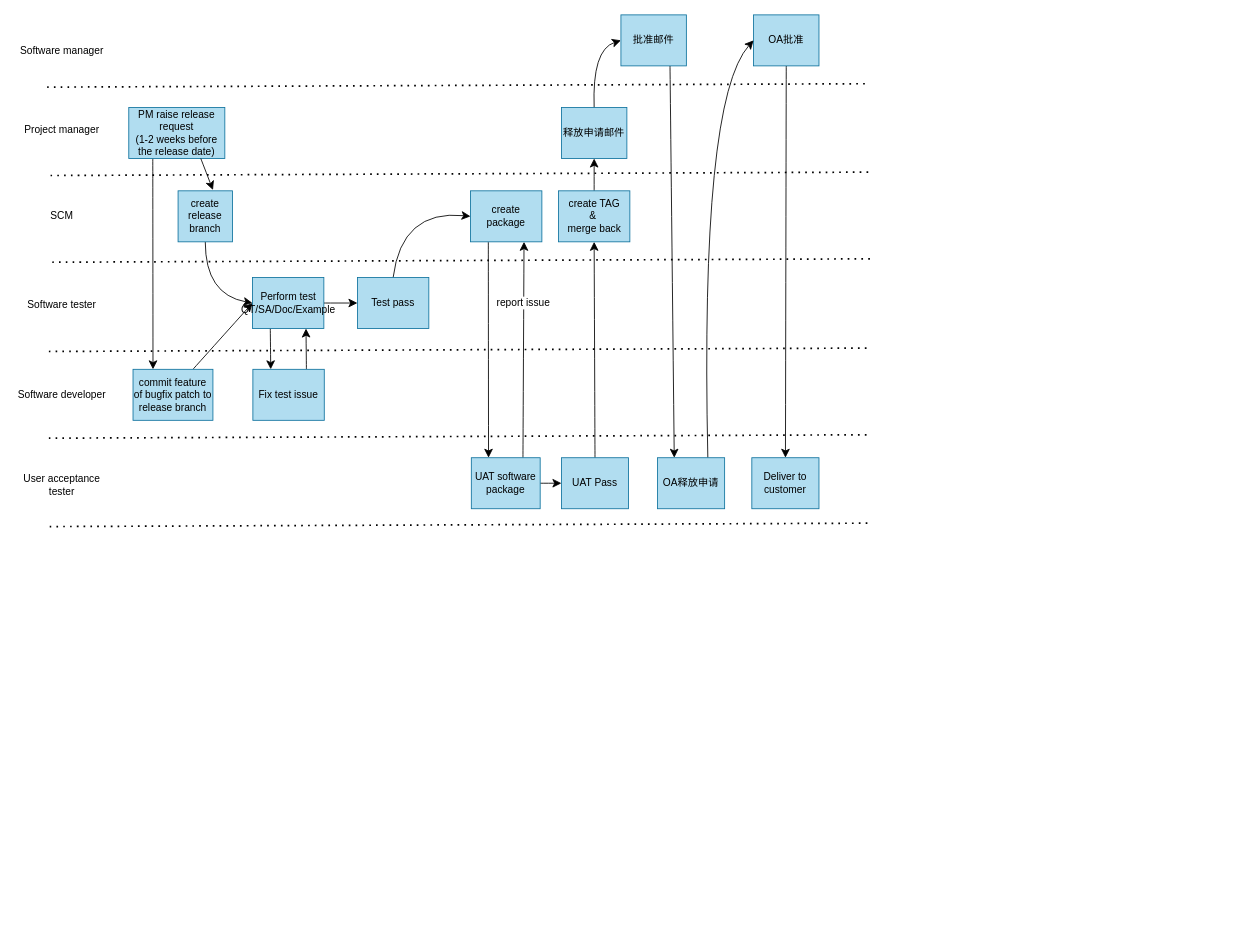
This is page "Page-1" (1 of 3) of Untitled Diagram.drawio from salfe/VSC-Plugin, a draw.io file, before an edit. Source tidied: cells renumbered, new cells numbered last; positions are measured from the earlier drawing's top-left corner, leaving out a move shared by most shapes. Both pictures are drawn from the tidied source at 85%, with x=0, y=0 at pixel (14, 14).
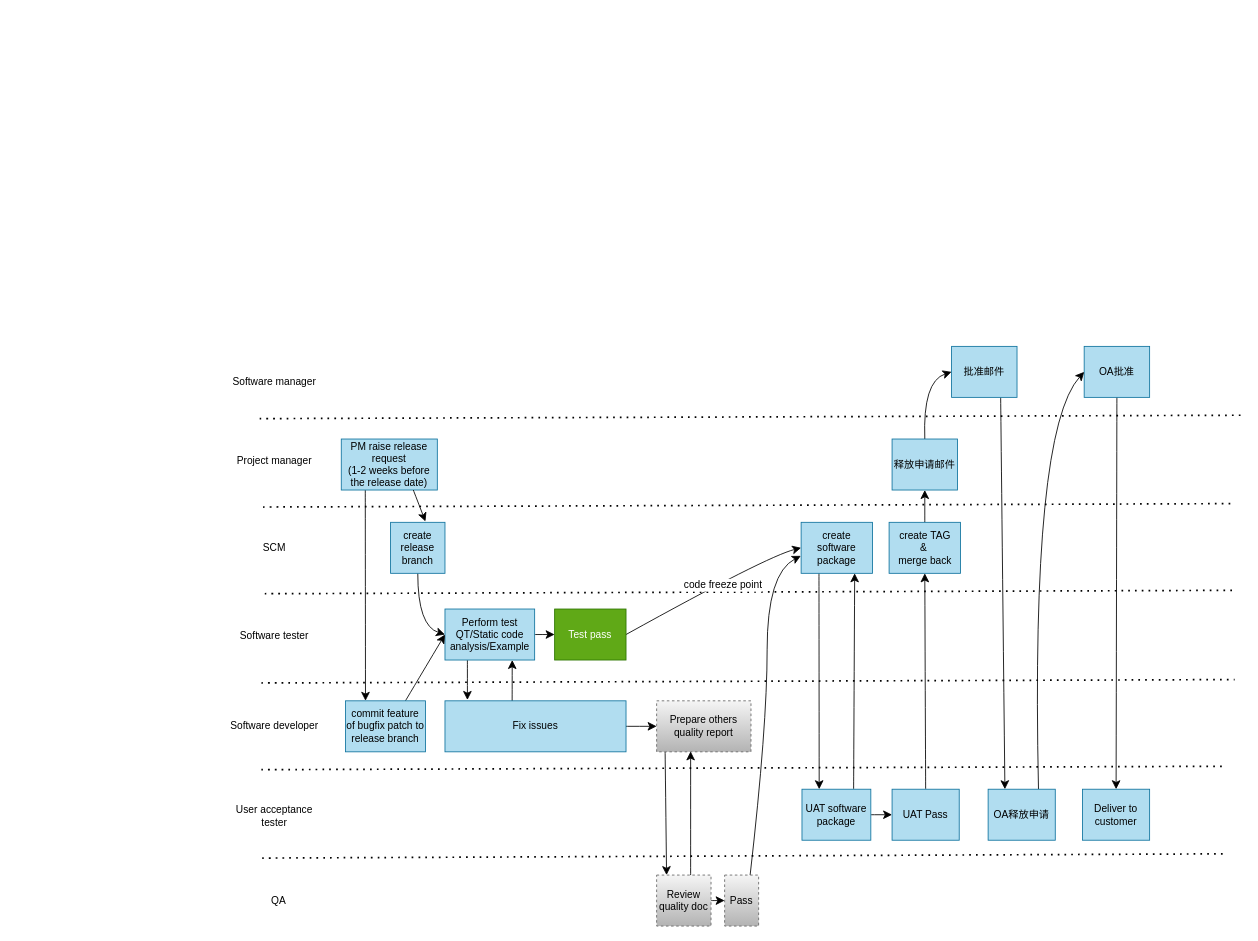
Above is the later version.

Change to the diagram source:
```diff
@@
     <mxCell id="3" value="批准邮件" style="rounded=0;whiteSpace=wrap;html=1;fillColor=#b1ddf0;strokeColor=#10739e;" parent="1" vertex="1">
-      <mxGeometry x="713" width="77" height="60" as="geometry" />
+      <mxGeometry x="1102" y="390" width="77" height="60" as="geometry" />
     </mxCell>
-    <mxCell id="4" style="endArrow=none;dashed=1;html=1;dashPattern=1 3;strokeWidth=2;rounded=0;fontSize=12;startSize=8;endSize=8;curved=1;" parent="1" edge="1">
-      <mxGeometry relative="1" as="geometry">
-        <mxPoint x="38" y="85" as="sourcePoint" />
-        <mxPoint x="1002" y="81" as="targetPoint" />
-      </mxGeometry>
-    </mxCell>
+    <mxCell id="47" style="endArrow=none;dashed=1;html=1;dashPattern=1 3;strokeWidth=2;rounded=0;fontSize=12;startSize=8;endSize=8;curved=1;" parent="1" edge="1">
+      <mxGeometry relative="1" as="geometry">
+        <mxPoint x="288" y="475" as="sourcePoint" />
+        <mxPoint x="1445" y="471" as="targetPoint" />
+      </mxGeometry>
+    </mxCell>
@@
     <mxCell id="6" value="&lt;div&gt;PM raise release request&lt;/div&gt;&lt;div&gt;(1-2 weeks before the release date)&lt;/div&gt;" style="rounded=0;whiteSpace=wrap;html=1;fillColor=#b1ddf0;strokeColor=#10739e;" parent="1" vertex="1">
-      <mxGeometry x="134" y="109" width="113" height="60" as="geometry" />
+      <mxGeometry x="384" y="499" width="113" height="60" as="geometry" />
     </mxCell>
-    <mxCell id="7" style="endArrow=none;dashed=1;html=1;dashPattern=1 3;strokeWidth=2;rounded=0;fontSize=12;startSize=8;endSize=8;curved=1;" parent="1" edge="1">
-      <mxGeometry relative="1" as="geometry">
-        <mxPoint x="42" y="189" as="sourcePoint" />
-        <mxPoint x="1006" y="185" as="targetPoint" />
-      </mxGeometry>
-    </mxCell>
-    <mxCell id="8" style="edgeStyle=none;curved=1;rounded=0;jettySize=auto;html=1;exitX=0.5;exitY=1;exitDx=0;exitDy=0;entryX=0;entryY=0.5;entryDx=0;entryDy=0;fontSize=12;startSize=8;endSize=8;" parent="1" edge="1" source="9" target="13">
-      <mxGeometry relative="1" as="geometry">
-        <Array as="points">
-          <mxPoint x="224" y="329" />
-        </Array>
-      </mxGeometry>
-    </mxCell>
+    <mxCell id="48" style="endArrow=none;dashed=1;html=1;dashPattern=1 3;strokeWidth=2;rounded=0;fontSize=12;startSize=8;endSize=8;curved=1;" parent="1" edge="1">
+      <mxGeometry relative="1" as="geometry">
+        <mxPoint x="292" y="579" as="sourcePoint" />
+        <mxPoint x="1435" y="575" as="targetPoint" />
+      </mxGeometry>
+    </mxCell>
+    <mxCell id="49" style="edgeStyle=none;curved=1;rounded=0;jettySize=auto;html=1;exitX=0.5;exitY=1;exitDx=0;exitDy=0;entryX=0;entryY=0.5;entryDx=0;entryDy=0;fontSize=12;startSize=8;endSize=8;" parent="1" edge="1" source="9" target="53">
+      <mxGeometry relative="1" as="geometry">
+        <Array as="points">
+          <mxPoint x="474" y="719" />
+        </Array>
+      </mxGeometry>
+    </mxCell>
     <mxCell id="9" value="create release branch" style="rounded=0;whiteSpace=wrap;html=1;fillColor=#b1ddf0;strokeColor=#10739e;" parent="1" vertex="1">
-      <mxGeometry x="192" y="207" width="64" height="60" as="geometry" />
+      <mxGeometry x="442" y="597" width="64" height="60" as="geometry" />
     </mxCell>
-    <mxCell id="10" style="endArrow=none;dashed=1;html=1;dashPattern=1 3;strokeWidth=2;rounded=0;fontSize=12;startSize=8;endSize=8;curved=1;" parent="1" edge="1">
-      <mxGeometry relative="1" as="geometry">
-        <mxPoint x="44" y="291" as="sourcePoint" />
-        <mxPoint x="1008" y="287" as="targetPoint" />
-      </mxGeometry>
-    </mxCell>
-    <mxCell id="11" style="edgeStyle=none;curved=1;rounded=0;jettySize=auto;html=1;exitX=0.25;exitY=1;exitDx=0;exitDy=0;entryX=0.25;entryY=0;entryDx=0;entryDy=0;fontSize=12;startSize=8;endSize=8;" parent="1" edge="1" source="13" target="38">
-      <mxGeometry relative="1" as="geometry" />
-    </mxCell>
-    <mxCell id="12" style="edgeStyle=none;curved=1;rounded=0;jettySize=auto;html=1;exitX=1;exitY=0.5;exitDx=0;exitDy=0;entryX=0;entryY=0.5;entryDx=0;entryDy=0;fontSize=12;startSize=8;endSize=8;" parent="1" edge="1" source="13" target="34">
-      <mxGeometry relative="1" as="geometry" />
-    </mxCell>
-    <mxCell id="13" value="&lt;div&gt;Perform test&lt;/div&gt;&lt;div&gt;QT/SA/Doc/Example&lt;/div&gt;" style="rounded=0;whiteSpace=wrap;html=1;fillColor=#b1ddf0;strokeColor=#10739e;" parent="1" vertex="1">
-      <mxGeometry x="279.5" y="309" width="84" height="60" as="geometry" />
-    </mxCell>
-    <mxCell id="14" style="endArrow=none;dashed=1;html=1;dashPattern=1 3;strokeWidth=2;rounded=0;fontSize=12;startSize=8;endSize=8;curved=1;" parent="1" edge="1">
-      <mxGeometry relative="1" as="geometry">
-        <mxPoint x="40" y="396" as="sourcePoint" />
-        <mxPoint x="1004" y="392" as="targetPoint" />
-      </mxGeometry>
-    </mxCell>
-    <mxCell id="15" style="edgeStyle=none;curved=1;rounded=0;jettySize=auto;html=1;exitX=0.75;exitY=0;exitDx=0;exitDy=0;entryX=0;entryY=0.5;entryDx=0;entryDy=0;fontSize=12;startSize=8;endSize=8;" parent="1" edge="1" source="16" target="13">
-      <mxGeometry relative="1" as="geometry" />
-    </mxCell>
+    <mxCell id="50" style="endArrow=none;dashed=1;html=1;dashPattern=1 3;strokeWidth=2;rounded=0;fontSize=12;startSize=8;endSize=8;curved=1;" parent="1" edge="1">
+      <mxGeometry relative="1" as="geometry">
+        <mxPoint x="294" y="681" as="sourcePoint" />
+        <mxPoint x="1435" y="677" as="targetPoint" />
+      </mxGeometry>
+    </mxCell>
+    <mxCell id="51" style="edgeStyle=none;curved=1;rounded=0;jettySize=auto;html=1;exitX=0.25;exitY=1;exitDx=0;exitDy=0;fontSize=12;startSize=8;endSize=8;" parent="1" edge="1" source="53">
+      <mxGeometry relative="1" as="geometry">
+        <mxPoint x="532.4" y="806" as="targetPoint" />
+      </mxGeometry>
+    </mxCell>
+    <mxCell id="52" style="edgeStyle=none;curved=1;rounded=0;jettySize=auto;html=1;exitX=1;exitY=0.5;exitDx=0;exitDy=0;entryX=0;entryY=0.5;entryDx=0;entryDy=0;fontSize=12;startSize=8;endSize=8;" parent="1" edge="1" source="53" target="34">
+      <mxGeometry relative="1" as="geometry" />
+    </mxCell>
+    <mxCell id="53" value="&lt;div&gt;Perform test&lt;/div&gt;&lt;div&gt;QT/Static code analysis/Example&lt;/div&gt;" style="rounded=0;whiteSpace=wrap;html=1;fillColor=#b1ddf0;strokeColor=#10739e;" parent="1" vertex="1">
+      <mxGeometry x="506" y="699" width="105.5" height="60" as="geometry" />
+    </mxCell>
+    <mxCell id="54" style="endArrow=none;dashed=1;html=1;dashPattern=1 3;strokeWidth=2;rounded=0;fontSize=12;startSize=8;endSize=8;curved=1;" parent="1" edge="1">
+      <mxGeometry relative="1" as="geometry">
+        <mxPoint x="290" y="786" as="sourcePoint" />
+        <mxPoint x="1435" y="782" as="targetPoint" />
+      </mxGeometry>
+    </mxCell>
+    <mxCell id="55" style="edgeStyle=none;curved=1;rounded=0;jettySize=auto;html=1;exitX=0.75;exitY=0;exitDx=0;exitDy=0;entryX=0;entryY=0.5;entryDx=0;entryDy=0;fontSize=12;startSize=8;endSize=8;" parent="1" edge="1" source="16" target="53">
+      <mxGeometry relative="1" as="geometry" />
+    </mxCell>
     <mxCell id="16" value="commit feature of bugfix patch to release branch" style="rounded=0;whiteSpace=wrap;html=1;fillColor=#b1ddf0;strokeColor=#10739e;" parent="1" vertex="1">
-      <mxGeometry x="139" y="417" width="94" height="60" as="geometry" />
+      <mxGeometry x="389" y="807" width="94" height="60" as="geometry" />
     </mxCell>
-    <mxCell id="17" style="endArrow=none;dashed=1;html=1;dashPattern=1 3;strokeWidth=2;rounded=0;fontSize=12;startSize=8;endSize=8;curved=1;" parent="1" edge="1">
-      <mxGeometry relative="1" as="geometry">
-        <mxPoint x="40" y="498" as="sourcePoint" />
-        <mxPoint x="1004" y="494" as="targetPoint" />
-      </mxGeometry>
-    </mxCell>
+    <mxCell id="56" style="endArrow=none;dashed=1;html=1;dashPattern=1 3;strokeWidth=2;rounded=0;fontSize=12;startSize=8;endSize=8;curved=1;" parent="1" edge="1">
+      <mxGeometry relative="1" as="geometry">
+        <mxPoint x="290" y="888" as="sourcePoint" />
+        <mxPoint x="1425" y="884" as="targetPoint" />
+      </mxGeometry>
+    </mxCell>
     <mxCell id="18" value="Software manager" style="text;html=1;whiteSpace=wrap;strokeColor=none;fillColor=none;align=center;verticalAlign=middle;rounded=0;" parent="1" vertex="1">
-      <mxGeometry y="27" width="111" height="30" as="geometry" />
+      <mxGeometry x="250" y="417" width="111" height="30" as="geometry" />
     </mxCell>
     <mxCell id="19" value="Project manager" style="text;html=1;whiteSpace=wrap;strokeColor=none;fillColor=none;align=center;verticalAlign=middle;rounded=0;" parent="1" vertex="1">
-      <mxGeometry y="120" width="111" height="30" as="geometry" />
+      <mxGeometry x="250" y="510" width="111" height="30" as="geometry" />
     </mxCell>
     <mxCell id="20" value="SCM" style="text;html=1;whiteSpace=wrap;strokeColor=none;fillColor=none;align=center;verticalAlign=middle;rounded=0;" parent="1" vertex="1">
-      <mxGeometry y="222" width="111" height="30" as="geometry" />
+      <mxGeometry x="250" y="612" width="111" height="30" as="geometry" />
     </mxCell>
     <mxCell id="21" value="Software tester" style="text;html=1;whiteSpace=wrap;strokeColor=none;fillColor=none;align=center;verticalAlign=middle;rounded=0;" parent="1" vertex="1">
-      <mxGeometry y="326" width="111" height="30" as="geometry" />
+      <mxGeometry x="250" y="716" width="111" height="30" as="geometry" />
     </mxCell>
     <mxCell id="22" value="Software developer" style="text;html=1;whiteSpace=wrap;strokeColor=none;fillColor=none;align=center;verticalAlign=middle;rounded=0;" parent="1" vertex="1">
-      <mxGeometry y="432" width="111" height="30" as="geometry" />
+      <mxGeometry x="250" y="822" width="111" height="30" as="geometry" />
     </mxCell>
+    <mxCell id="57" style="edgeStyle=none;curved=1;rounded=0;jettySize=auto;html=1;exitX=0.75;exitY=0;exitDx=0;exitDy=0;entryX=0.75;entryY=1;entryDx=0;entryDy=0;fontSize=12;startSize=8;endSize=8;" parent="1" edge="1" source="26" target="62">
+      <mxGeometry relative="1" as="geometry" />
+    </mxCell>
@@
-    <mxCell id="24" style="edgeStyle=none;curved=1;rounded=0;jettySize=auto;html=1;exitX=0.75;exitY=0;exitDx=0;exitDy=0;entryX=0.75;entryY=1;entryDx=0;entryDy=0;fontSize=12;startSize=8;endSize=8;" parent="1" edge="1" source="26" target="36">
-      <mxGeometry relative="1" as="geometry" />
-    </mxCell>
-    <mxCell id="25" value="report issue" style="edgeLabel;html=1;align=center;verticalAlign=middle;fontSize=12;" parent="24" vertex="1">
-      <mxGeometry x="0.43" y="1" relative="1" as="geometry" />
-    </mxCell>
     <mxCell id="26" value="UAT software package" style="rounded=0;whiteSpace=wrap;html=1;fillColor=#b1ddf0;strokeColor=#10739e;" parent="1" vertex="1">
-      <mxGeometry x="537" y="521" width="81" height="60" as="geometry" />
+      <mxGeometry x="926" y="911" width="81" height="60" as="geometry" />
     </mxCell>
-    <mxCell id="27" style="endArrow=none;dashed=1;html=1;dashPattern=1 3;strokeWidth=2;rounded=0;fontSize=12;startSize=8;endSize=8;curved=1;" parent="1" edge="1">
-      <mxGeometry relative="1" as="geometry">
-        <mxPoint x="41" y="602" as="sourcePoint" />
-        <mxPoint x="1005" y="598" as="targetPoint" />
-      </mxGeometry>
-    </mxCell>
+    <mxCell id="58" style="endArrow=none;dashed=1;html=1;dashPattern=1 3;strokeWidth=2;rounded=0;fontSize=12;startSize=8;endSize=8;curved=1;" parent="1" edge="1">
+      <mxGeometry relative="1" as="geometry">
+        <mxPoint x="291" y="992" as="sourcePoint" />
+        <mxPoint x="1425" y="987" as="targetPoint" />
+      </mxGeometry>
+    </mxCell>
     <mxCell id="28" value="User acceptance tester" style="text;html=1;whiteSpace=wrap;strokeColor=none;fillColor=none;align=center;verticalAlign=middle;rounded=0;" parent="1" vertex="1">
-      <mxGeometry y="538" width="111" height="30" as="geometry" />
+      <mxGeometry x="250" y="928" width="111" height="30" as="geometry" />
     </mxCell>
@@
     <mxCell id="30" value="OA批准" style="rounded=0;whiteSpace=wrap;html=1;fillColor=#b1ddf0;strokeColor=#10739e;" parent="1" vertex="1">
-      <mxGeometry x="869" width="77" height="60" as="geometry" />
+      <mxGeometry x="1258" y="390" width="77" height="60" as="geometry" />
     </mxCell>
     <mxCell id="31" style="edgeStyle=none;curved=1;rounded=0;jettySize=auto;html=1;exitX=0.5;exitY=0;exitDx=0;exitDy=0;entryX=0;entryY=0.5;entryDx=0;entryDy=0;fontSize=12;startSize=8;endSize=8;" parent="1" edge="1" source="32" target="3">
       <mxGeometry relative="1" as="geometry">
         <Array as="points">
-          <mxPoint x="679" y="41" />
+          <mxPoint x="1068" y="431" />
         </Array>
       </mxGeometry>
     </mxCell>
     <mxCell id="32" value="释放申请邮件" style="rounded=0;whiteSpace=wrap;html=1;fillColor=#b1ddf0;strokeColor=#10739e;" parent="1" vertex="1">
-      <mxGeometry x="643" y="109" width="77" height="60" as="geometry" />
+      <mxGeometry x="1032" y="499" width="77" height="60" as="geometry" />
     </mxCell>
-    <mxCell id="33" style="edgeStyle=none;curved=1;rounded=0;jettySize=auto;html=1;exitX=0.5;exitY=0;exitDx=0;exitDy=0;entryX=0;entryY=0.5;entryDx=0;entryDy=0;fontSize=12;startSize=8;endSize=8;" parent="1" edge="1" source="34" target="36">
-      <mxGeometry relative="1" as="geometry">
-        <Array as="points">
-          <mxPoint x="455" y="229" />
-        </Array>
-      </mxGeometry>
-    </mxCell>
+    <mxCell id="59" style="edgeStyle=none;curved=1;rounded=0;jettySize=auto;html=1;entryX=0;entryY=0.5;entryDx=0;entryDy=0;fontSize=12;startSize=8;endSize=8;exitX=1;exitY=0.5;exitDx=0;exitDy=0;" parent="1" edge="1" source="34" target="62">
+      <mxGeometry relative="1" as="geometry">
+        <Array as="points">
+          <mxPoint x="885" y="637" />
+        </Array>
+      </mxGeometry>
+    </mxCell>
+    <mxCell id="60" value="code freeze point" style="edgeLabel;html=1;align=center;verticalAlign=middle;fontSize=12;" parent="59" vertex="1">
+      <mxGeometry x="0.1" y="-4" relative="1" as="geometry" />
+    </mxCell>
-    <mxCell id="34" value="Test pass" style="rounded=0;whiteSpace=wrap;html=1;fillColor=#b1ddf0;strokeColor=#10739e;" parent="1" vertex="1">
-      <mxGeometry x="403" y="309" width="84" height="60" as="geometry" />
+    <mxCell id="34" value="Test pass" style="rounded=0;whiteSpace=wrap;html=1;fillColor=#60a917;strokeColor=#2D7600;fontColor=#ffffff;" parent="1" vertex="1">
+      <mxGeometry x="635" y="699" width="84" height="60" as="geometry" />
     </mxCell>
-    <mxCell id="35" style="edgeStyle=none;curved=1;rounded=0;jettySize=auto;html=1;exitX=0.25;exitY=1;exitDx=0;exitDy=0;entryX=0.25;entryY=0;entryDx=0;entryDy=0;fontSize=12;startSize=8;endSize=8;" parent="1" edge="1" source="36" target="26">
-      <mxGeometry relative="1" as="geometry" />
-    </mxCell>
-    <mxCell id="36" value="create package" style="rounded=0;whiteSpace=wrap;html=1;fillColor=#b1ddf0;strokeColor=#10739e;" parent="1" vertex="1">
-      <mxGeometry x="536" y="207" width="84" height="60" as="geometry" />
-    </mxCell>
-    <mxCell id="37" style="edgeStyle=none;curved=1;rounded=0;jettySize=auto;html=1;exitX=0.75;exitY=0;exitDx=0;exitDy=0;entryX=0.75;entryY=1;entryDx=0;entryDy=0;fontSize=12;startSize=8;endSize=8;" parent="1" edge="1" source="38" target="13">
-      <mxGeometry relative="1" as="geometry" />
-    </mxCell>
-    <mxCell id="38" value="Fix test issue" style="rounded=0;whiteSpace=wrap;html=1;fillColor=#b1ddf0;strokeColor=#10739e;" parent="1" vertex="1">
-      <mxGeometry x="280" y="417" width="84" height="60" as="geometry" />
-    </mxCell>
+    <mxCell id="61" style="edgeStyle=none;curved=1;rounded=0;jettySize=auto;html=1;exitX=0.25;exitY=1;exitDx=0;exitDy=0;entryX=0.25;entryY=0;entryDx=0;entryDy=0;fontSize=12;startSize=8;endSize=8;" parent="1" edge="1" source="62" target="26">
+      <mxGeometry relative="1" as="geometry" />
+    </mxCell>
+    <mxCell id="62" value="create software package" style="rounded=0;whiteSpace=wrap;html=1;fillColor=#b1ddf0;strokeColor=#10739e;" parent="1" vertex="1">
+      <mxGeometry x="925" y="597" width="84" height="60" as="geometry" />
+    </mxCell>
+    <mxCell id="63" style="edgeStyle=none;curved=1;rounded=0;jettySize=auto;html=1;exitX=0.371;exitY=0.067;exitDx=0;exitDy=0;entryX=0.75;entryY=1;entryDx=0;entryDy=0;fontSize=12;startSize=8;endSize=8;exitPerimeter=0;" parent="1" edge="1" source="65" target="53">
+      <mxGeometry relative="1" as="geometry" />
+    </mxCell>
+    <mxCell id="64" style="edgeStyle=none;curved=1;rounded=0;jettySize=auto;html=1;exitX=1;exitY=0.5;exitDx=0;exitDy=0;entryX=0;entryY=0.5;entryDx=0;entryDy=0;fontSize=12;startSize=8;endSize=8;" parent="1" edge="1" source="65" target="68">
+      <mxGeometry relative="1" as="geometry" />
+    </mxCell>
+    <mxCell id="65" value="Fix issues" style="rounded=0;whiteSpace=wrap;html=1;fillColor=#b1ddf0;strokeColor=#10739e;" parent="1" vertex="1">
+      <mxGeometry x="506" y="807" width="213" height="60" as="geometry" />
+    </mxCell>
@@
     <mxCell id="40" value="UAT Pass" style="rounded=0;whiteSpace=wrap;html=1;fillColor=#b1ddf0;strokeColor=#10739e;" parent="1" vertex="1">
-      <mxGeometry x="643" y="521" width="79" height="60" as="geometry" />
+      <mxGeometry x="1032" y="911" width="79" height="60" as="geometry" />
     </mxCell>
     <mxCell id="41" style="edgeStyle=none;curved=1;rounded=0;jettySize=auto;html=1;exitX=0.75;exitY=0;exitDx=0;exitDy=0;entryX=0;entryY=0.5;entryDx=0;entryDy=0;fontSize=12;startSize=8;endSize=8;" parent="1" edge="1" source="42" target="30">
       <mxGeometry relative="1" as="geometry">
         <Array as="points">
-          <mxPoint x="806" y="100" />
+          <mxPoint x="1195" y="490" />
         </Array>
       </mxGeometry>
     </mxCell>
     <mxCell id="42" value="OA释放申请" style="rounded=0;whiteSpace=wrap;html=1;fillColor=#b1ddf0;strokeColor=#10739e;" parent="1" vertex="1">
-      <mxGeometry x="756" y="521" width="79" height="60" as="geometry" />
+      <mxGeometry x="1145" y="911" width="79" height="60" as="geometry" />
     </mxCell>
     <mxCell id="43" value="Deliver to customer" style="rounded=0;whiteSpace=wrap;html=1;fillColor=#b1ddf0;strokeColor=#10739e;" parent="1" vertex="1">
-      <mxGeometry x="867" y="521" width="79" height="60" as="geometry" />
+      <mxGeometry x="1256" y="911" width="79" height="60" as="geometry" />
     </mxCell>
@@
     <mxCell id="46" value="&lt;div&gt;create TAG&lt;/div&gt;&amp;amp;&amp;nbsp;&lt;br&gt;merge back" style="rounded=0;whiteSpace=wrap;html=1;fillColor=#b1ddf0;strokeColor=#10739e;" parent="1" vertex="1">
-      <mxGeometry x="639.5" y="207" width="84" height="60" as="geometry" />
+      <mxGeometry x="1028.5" y="597" width="84" height="60" as="geometry" />
     </mxCell>
+    <mxCell id="66" style="edgeStyle=none;curved=1;rounded=0;jettySize=auto;html=1;exitX=0.75;exitY=0;exitDx=0;exitDy=0;fontSize=12;startSize=8;endSize=8;entryX=-0.004;entryY=0.658;entryDx=0;entryDy=0;entryPerimeter=0;" parent="1" edge="1" source="72" target="62">
+      <mxGeometry relative="1" as="geometry">
+        <Array as="points">
+          <mxPoint x="885" y="837" />
+          <mxPoint x="885" y="657" />
+        </Array>
+      </mxGeometry>
+    </mxCell>
+    <mxCell id="67" style="edgeStyle=none;curved=1;rounded=0;orthogonalLoop=1;jettySize=auto;html=1;exitX=0.25;exitY=1;exitDx=0;exitDy=0;fontSize=12;startSize=8;endSize=8;" parent="1" edge="1">
+      <mxGeometry relative="1" as="geometry">
+        <mxPoint x="765" y="867" as="sourcePoint" />
+        <mxPoint x="766.7" y="1012" as="targetPoint" />
+      </mxGeometry>
+    </mxCell>
+    <mxCell id="68" value="Prepare others quality report" style="rounded=0;whiteSpace=wrap;html=1;dashed=1;strokeColor=#666666;fillColor=#f5f5f5;gradientColor=#b3b3b3;" parent="1" vertex="1">
+      <mxGeometry x="755" y="807" width="111" height="60" as="geometry" />
+    </mxCell>
+    <mxCell id="69" value="QA" style="text;html=1;whiteSpace=wrap;strokeColor=none;fillColor=none;align=center;verticalAlign=middle;rounded=0;" parent="1" vertex="1">
+      <mxGeometry x="255" y="1027" width="111" height="30" as="geometry" />
+    </mxCell>
+    <mxCell id="70" style="edgeStyle=none;curved=1;rounded=0;jettySize=auto;html=1;exitX=1;exitY=0.5;exitDx=0;exitDy=0;entryX=0;entryY=0.5;entryDx=0;entryDy=0;fontSize=12;startSize=8;endSize=8;" parent="1" edge="1" source="71" target="72">
+      <mxGeometry relative="1" as="geometry" />
+    </mxCell>
+    <mxCell id="71" value="Review quality doc" style="rounded=0;whiteSpace=wrap;html=1;dashed=1;strokeColor=#666666;fillColor=#f5f5f5;gradientColor=#b3b3b3;" parent="1" vertex="1">
+      <mxGeometry x="755" y="1012" width="64" height="60" as="geometry" />
+    </mxCell>
+    <mxCell id="72" value="Pass" style="rounded=0;whiteSpace=wrap;html=1;fillColor=#f5f5f5;strokeColor=#666666;dashed=1;gradientColor=#b3b3b3;" parent="1" vertex="1">
+      <mxGeometry x="835" y="1012" width="40" height="60" as="geometry" />
+    </mxCell>
+    <mxCell id="73" style="edgeStyle=none;curved=1;rounded=0;orthogonalLoop=1;jettySize=auto;html=1;exitX=0.75;exitY=0;exitDx=0;exitDy=0;entryX=0.4;entryY=0.992;entryDx=0;entryDy=0;entryPerimeter=0;fontSize=12;startSize=8;endSize=8;" parent="1" edge="1">
+      <mxGeometry relative="1" as="geometry">
+        <mxPoint x="795" y="1012" as="sourcePoint" />
+        <mxPoint x="795" y="866.5" as="targetPoint" />
+      </mxGeometry>
+    </mxCell>
```
